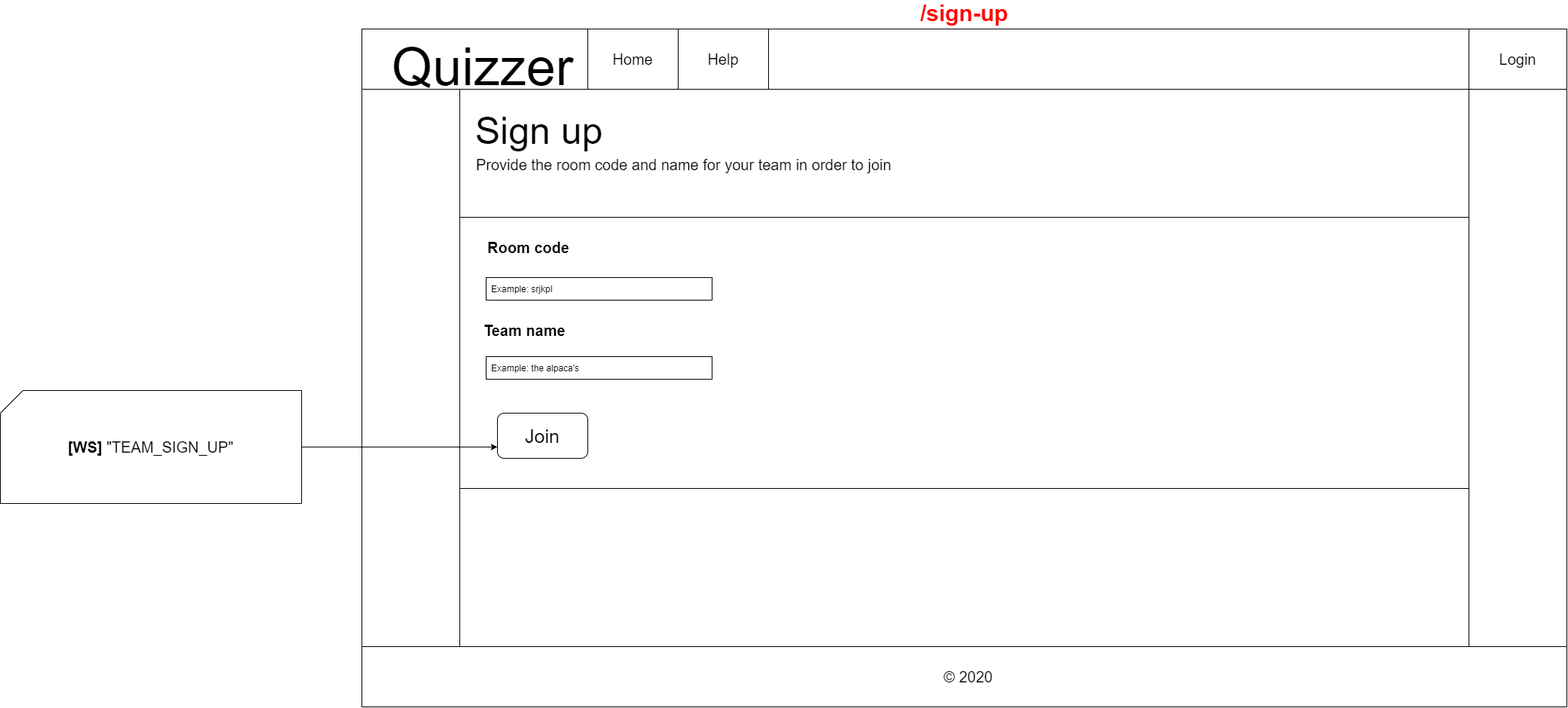
The draw.io diagram docs/wireframes-with-interactions/team-sign-up.png in IkBenDeSjaak/Quizzer, before a commit. Source tidied: cells renumbered, new cells last; positions are measured from the earlier drawing's top-left corner, leaving out a move shared by most shapes.
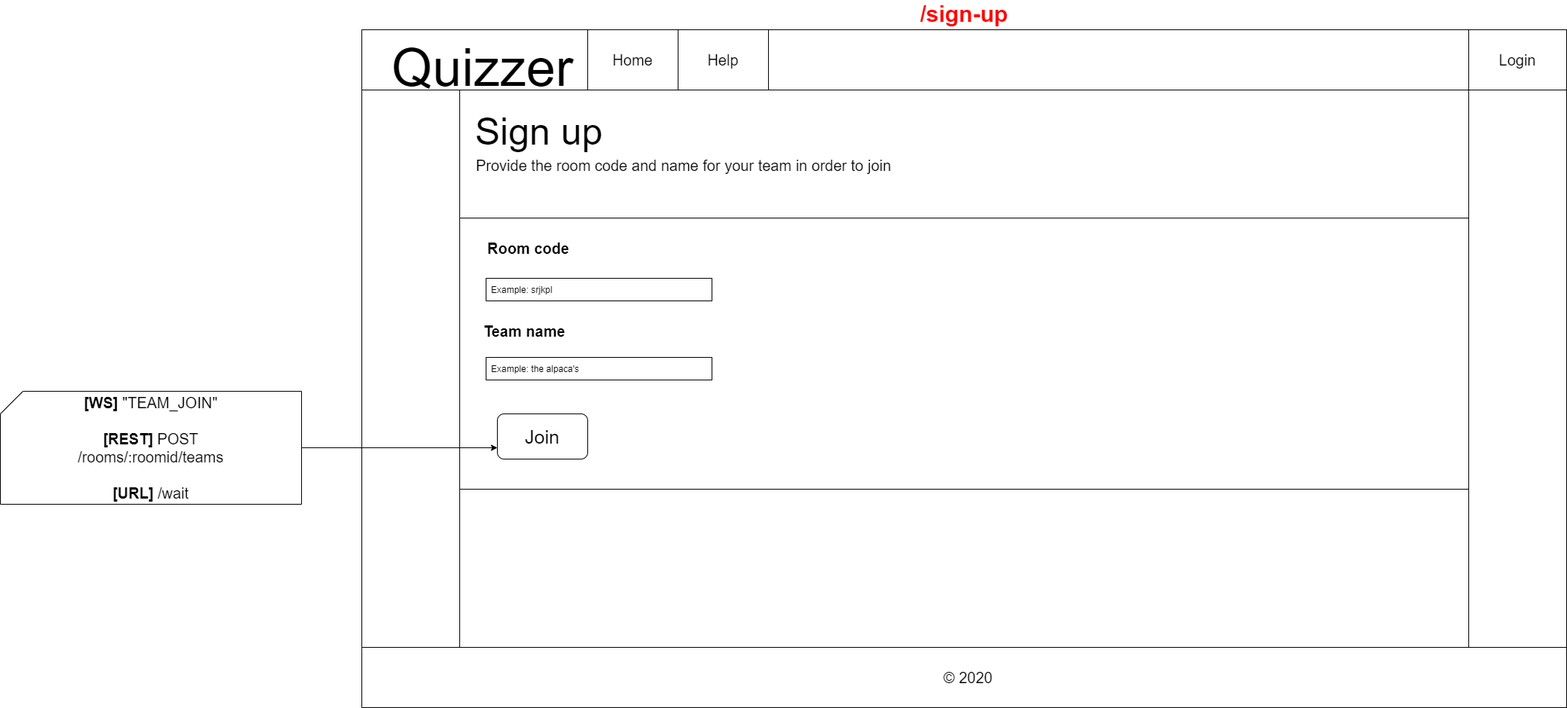
After the change.

Change to the diagram source:
```diff
@@ -71,7 +71,7 @@
     <mxCell id="24" style="edgeStyle=orthogonalEdgeStyle;rounded=0;jettySize=auto;html=1;entryX=0;entryY=0.75;entryDx=0;entryDy=0;fontSize=20;" parent="1" edge="1" source="25" target="20">
       <mxGeometry relative="1" as="geometry" />
     </mxCell>
-    <mxCell id="25" value="&lt;b&gt;[WS] &lt;/b&gt;&quot;TEAM_SIGN_UP&quot;" style="shape=card;whiteSpace=wrap;html=1;fontSize=20;" parent="1" vertex="1">
+    <mxCell id="25" value="&lt;b&gt;[WS] &lt;/b&gt;&quot;TEAM_JOIN&quot;&lt;br&gt;&lt;br&gt;&lt;b&gt;[REST]&lt;/b&gt;&amp;nbsp;POST&lt;br&gt;/rooms/:roomid/teams&lt;br&gt;&lt;br&gt;&lt;b&gt;[URL]&lt;/b&gt;&amp;nbsp;/wait" style="shape=card;whiteSpace=wrap;html=1;fontSize=20;" parent="1" vertex="1">
       <mxGeometry y="480" width="400" height="150" as="geometry" />
     </mxCell>
   </root>
```
